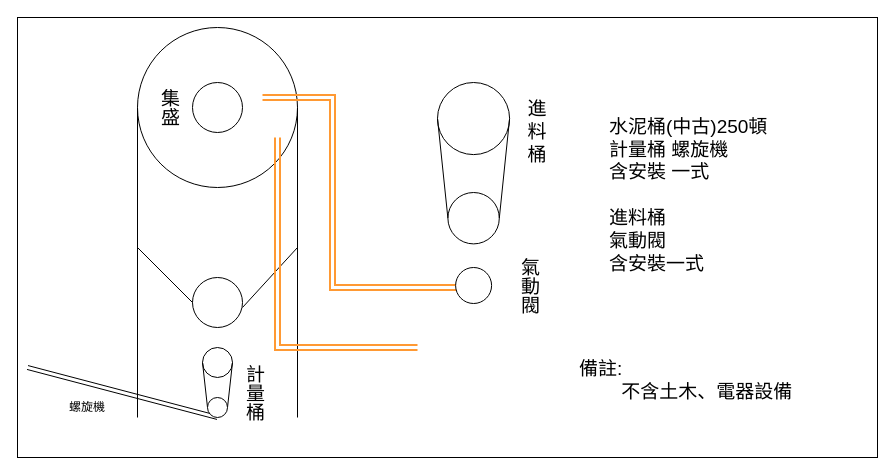
The draw.io diagram 123.drawio in jihuien/ML100Days, before the edit. Source tidied: cells renumbered, new cells numbered last; positions are measured from the earlier drawing's top-left corner, leaving out a move shared by most shapes. Both pictures are drawn from the tidied source at 100%, with x=0, y=0 at pixel (17, 17).
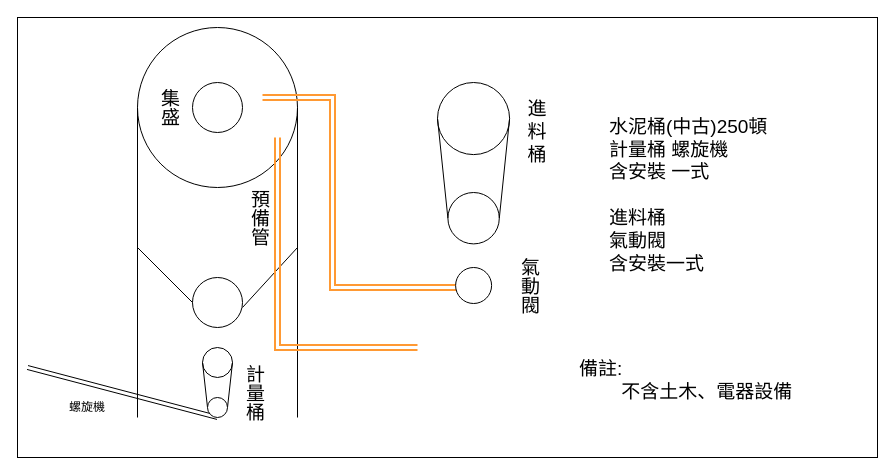
The same diagram, later.

Change to the diagram source:
```diff
@@
+    <mxCell id="29" value="&lt;font style=&quot;font-size: 19px;&quot;&gt;預備管&lt;/font&gt;" style="text;html=1;align=center;verticalAlign=middle;whiteSpace=wrap;rounded=0;horizontal=1;textDirection=vertical-lr;" parent="1" vertex="1">
+      <mxGeometry x="230" y="150" width="20" height="100" as="geometry" />
+    </mxCell>
```
